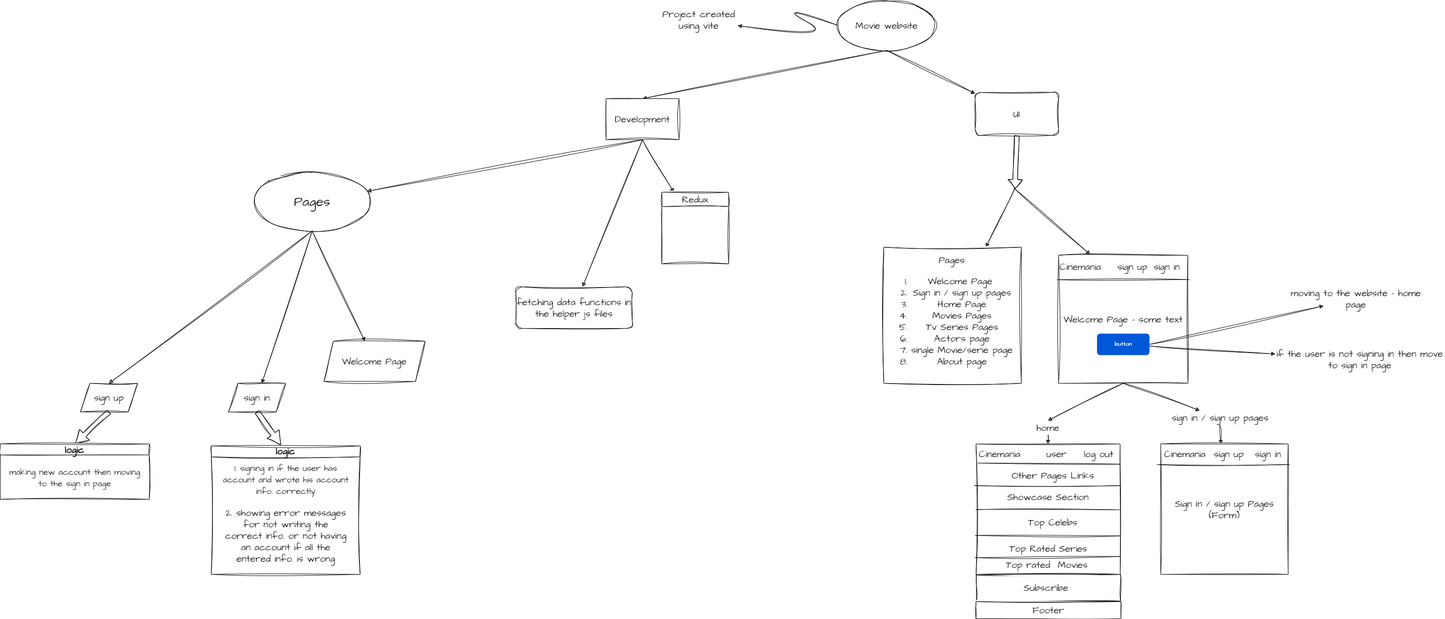
Before: Cinemania Project.png, a diagram exported from draw.io (AbdulrahmanIsmael/Cinemania_website). Source tidied: cells renumbered, new cells last; positions are measured from the earlier drawing's top-left corner, leaving out a move shared by most shapes.
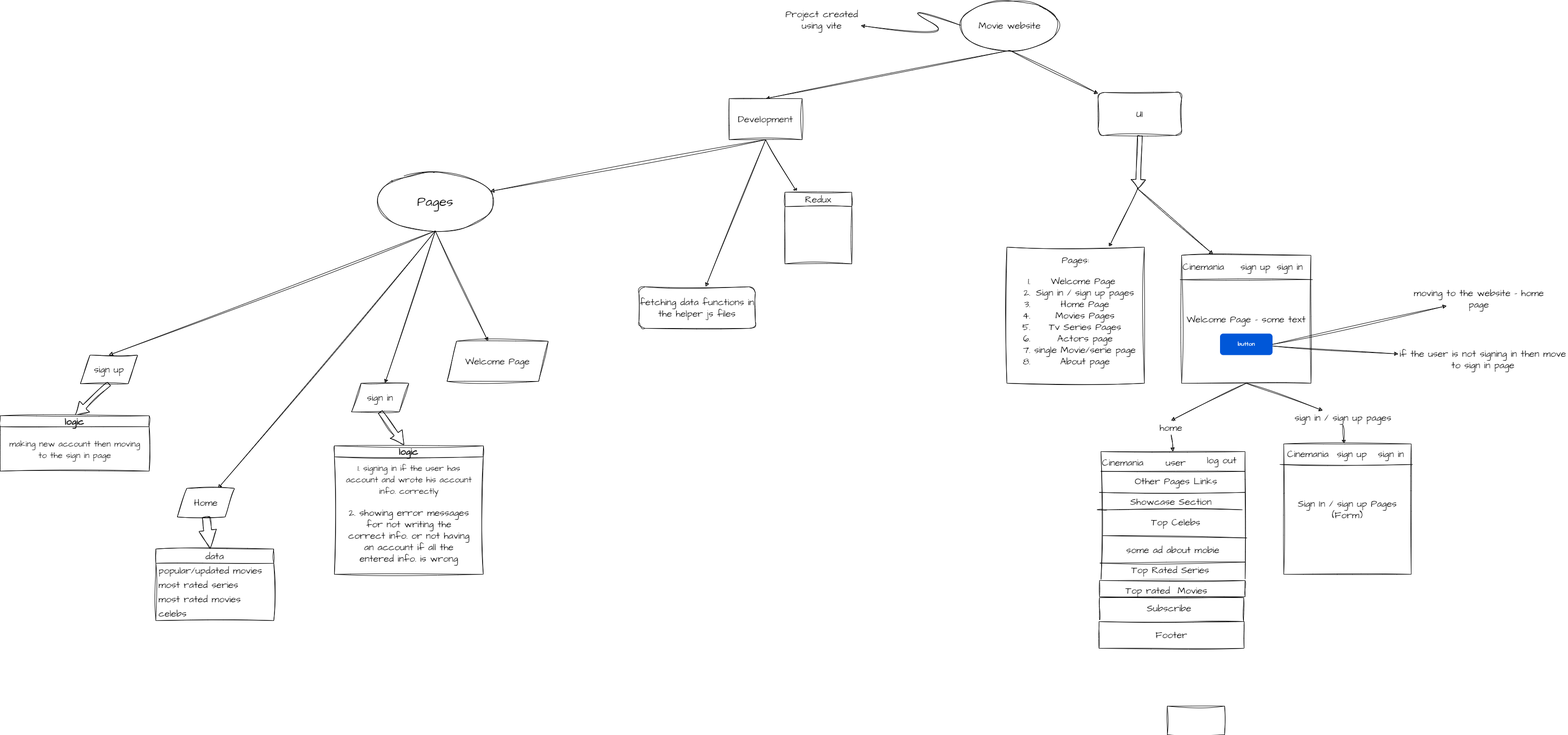
After the commit.

Commit message:
building the home page content

Diff of the diagram source:
```diff
@@ -118,62 +118,58 @@
       <mxGeometry relative="1" as="geometry" />
     </mxCell>
     <mxCell id="34" style="rounded=0;whiteSpace=wrap;html=1;sketch=1;hachureGap=4;jiggle=2;curveFitting=1;fontFamily=Architects Daughter;fontSource=https%3A%2F%2Ffonts.googleapis.com%2Fcss%3Ffamily%3DArchitects%2BDaughter;fontSize=20;" parent="1" vertex="1">
-      <mxGeometry x="2044" y="929" width="302" height="275" as="geometry" />
+      <mxGeometry x="2048" y="945" width="302" height="270" as="geometry" />
     </mxCell>
     <mxCell id="35" value="log out" style="text;html=1;strokeColor=none;fillColor=none;align=center;verticalAlign=middle;whiteSpace=wrap;rounded=0;fontSize=20;fontFamily=Architects Daughter;" parent="1" vertex="1">
-      <mxGeometry x="2264.5" y="935" width="72.5" height="30" as="geometry" />
+      <mxGeometry x="2264.5" y="948" width="72.5" height="30" as="geometry" />
     </mxCell>
     <mxCell id="36" value="user" style="text;html=1;strokeColor=none;fillColor=none;align=center;verticalAlign=middle;whiteSpace=wrap;rounded=0;fontSize=20;fontFamily=Architects Daughter;" parent="1" vertex="1">
-      <mxGeometry x="2178" y="935" width="70" height="30" as="geometry" />
+      <mxGeometry x="2170" y="953" width="70" height="30" as="geometry" />
     </mxCell>
     <mxCell id="37" value="Cinemania" style="text;html=1;strokeColor=none;fillColor=none;align=center;verticalAlign=middle;whiteSpace=wrap;rounded=0;fontSize=20;fontFamily=Architects Daughter;" parent="1" vertex="1">
-      <mxGeometry x="2064" y="935" width="60" height="30" as="geometry" />
+      <mxGeometry x="2064" y="953" width="60" height="30" as="geometry" />
     </mxCell>
-    <mxCell id="38" style="endArrow=none;html=1;rounded=0;sketch=1;hachureGap=4;jiggle=2;curveFitting=1;fontFamily=Architects Daughter;fontSource=https%3A%2F%2Ffonts.googleapis.com%2Fcss%3Ffamily%3DArchitects%2BDaughter;fontSize=16;exitX=0.997;exitY=0.154;exitDx=0;exitDy=0;exitPerimeter=0;" parent="1" edge="1" source="34">
-      <mxGeometry relative="1" as="geometry">
-        <mxPoint x="2048" y="969" as="targetPoint" />
-      </mxGeometry>
+    <mxCell id="38" style="endArrow=none;html=1;rounded=0;sketch=1;hachureGap=4;jiggle=2;curveFitting=1;fontFamily=Architects Daughter;fontSource=https%3A%2F%2Ffonts.googleapis.com%2Fcss%3Ffamily%3DArchitects%2BDaughter;fontSize=16;exitX=0.997;exitY=0.154;exitDx=0;exitDy=0;exitPerimeter=0;entryX=0;entryY=0.154;entryDx=0;entryDy=0;entryPerimeter=0;" parent="1" edge="1" source="34" target="34">
+      <mxGeometry relative="1" as="geometry" />
     </mxCell>
     <mxCell id="39" value="Other Pages Links" style="text;html=1;strokeColor=none;fillColor=none;align=center;verticalAlign=middle;whiteSpace=wrap;rounded=0;fontSize=20;fontFamily=Architects Daughter;" parent="1" vertex="1">
-      <mxGeometry x="2112.5" y="980" width="185" height="30" as="geometry" />
+      <mxGeometry x="2112.5" y="992" width="185" height="30" as="geometry" />
     </mxCell>
     <mxCell id="40" style="endArrow=none;html=1;rounded=0;sketch=1;hachureGap=4;jiggle=2;curveFitting=1;fontFamily=Architects Daughter;fontSource=https%3A%2F%2Ffonts.googleapis.com%2Fcss%3Ffamily%3DArchitects%2BDaughter;fontSize=16;entryX=0.997;entryY=0.317;entryDx=0;entryDy=0;entryPerimeter=0;exitX=-0.012;exitY=0.317;exitDx=0;exitDy=0;exitPerimeter=0;" parent="1" edge="1" source="34" target="34">
       <mxGeometry relative="1" as="geometry" />
     </mxCell>
     <mxCell id="41" value="Showcase Section" style="text;html=1;strokeColor=none;fillColor=none;align=center;verticalAlign=middle;whiteSpace=wrap;rounded=0;fontSize=20;fontFamily=Architects Daughter;" parent="1" vertex="1">
-      <mxGeometry x="2092" y="1025" width="206" height="30" as="geometry" />
+      <mxGeometry x="2092" y="1035" width="206" height="30" as="geometry" />
     </mxCell>
-    <mxCell id="42" style="endArrow=none;html=1;rounded=0;sketch=1;hachureGap=4;jiggle=2;curveFitting=1;fontFamily=Architects Daughter;fontSource=https%3A%2F%2Ffonts.googleapis.com%2Fcss%3Ffamily%3DArchitects%2BDaughter;fontSize=16;exitX=0;exitY=0.5;exitDx=0;exitDy=0;" parent="1" edge="1" source="34">
+    <mxCell id="42" style="endArrow=none;html=1;rounded=0;sketch=1;hachureGap=4;jiggle=2;curveFitting=1;fontFamily=Architects Daughter;fontSource=https%3A%2F%2Ffonts.googleapis.com%2Fcss%3Ffamily%3DArchitects%2BDaughter;fontSize=16;" parent="1" edge="1">
       <mxGeometry relative="1" as="geometry">
+        <mxPoint x="2040" y="1067" as="sourcePoint" />
         <mxPoint x="2345" y="1067" as="targetPoint" />
+        <Array as="points">
+          <mxPoint x="2061" y="1067" />
+        </Array>
       </mxGeometry>
     </mxCell>
     <mxCell id="43" value="Top Celebs" style="text;html=1;strokeColor=none;fillColor=none;align=center;verticalAlign=middle;whiteSpace=wrap;rounded=0;fontSize=20;fontFamily=Architects Daughter;" parent="1" vertex="1">
       <mxGeometry x="2106" y="1078" width="198" height="30" as="geometry" />
     </mxCell>
-    <mxCell id="44" style="endArrow=none;html=1;rounded=0;sketch=1;hachureGap=4;jiggle=2;curveFitting=1;fontFamily=Architects Daughter;fontSource=https%3A%2F%2Ffonts.googleapis.com%2Fcss%3Ffamily%3DArchitects%2BDaughter;fontSize=16;exitX=-0.005;exitY=0.697;exitDx=0;exitDy=0;exitPerimeter=0;entryX=0.999;entryY=0.7;entryDx=0;entryDy=0;entryPerimeter=0;" parent="1" edge="1" source="34" target="34">
-      <mxGeometry relative="1" as="geometry" />
-    </mxCell>
     <mxCell id="45" value="Top Rated Series" style="text;html=1;strokeColor=none;fillColor=none;align=center;verticalAlign=middle;whiteSpace=wrap;rounded=0;fontSize=20;fontFamily=Architects Daughter;" parent="1" vertex="1">
-      <mxGeometry x="2090.5" y="1135" width="209" height="26" as="geometry" />
+      <mxGeometry x="2089" y="1171" width="209" height="44" as="geometry" />
     </mxCell>
     <mxCell id="46" style="endArrow=none;html=1;rounded=0;sketch=1;hachureGap=4;jiggle=2;curveFitting=1;fontFamily=Architects Daughter;fontSource=https%3A%2F%2Ffonts.googleapis.com%2Fcss%3Ffamily%3DArchitects%2BDaughter;fontSize=16;exitX=-0.008;exitY=0.865;exitDx=0;exitDy=0;exitPerimeter=0;entryX=0.999;entryY=0.857;entryDx=0;entryDy=0;entryPerimeter=0;" parent="1" edge="1" source="34" target="34">
       <mxGeometry relative="1" as="geometry" />
     </mxCell>
-    <mxCell id="47" value="Top rated&amp;nbsp; Movies&amp;nbsp;" style="text;html=1;strokeColor=none;fillColor=none;align=center;verticalAlign=middle;whiteSpace=wrap;rounded=0;fontSize=20;fontFamily=Architects Daughter;" parent="1" vertex="1">
-      <mxGeometry x="2092.5" y="1167" width="207" height="30" as="geometry" />
-    </mxCell>
     <mxCell id="48" style="rounded=0;whiteSpace=wrap;html=1;sketch=1;hachureGap=4;jiggle=2;curveFitting=1;fontFamily=Architects Daughter;fontSource=https%3A%2F%2Ffonts.googleapis.com%2Fcss%3Ffamily%3DArchitects%2BDaughter;fontSize=20;" parent="1" vertex="1">
-      <mxGeometry x="2045" y="1202" width="302" height="56" as="geometry" />
+      <mxGeometry x="2045" y="1251" width="302" height="50" as="geometry" />
     </mxCell>
     <mxCell id="49" value="Subscribe&amp;nbsp;" style="text;html=1;strokeColor=none;fillColor=none;align=center;verticalAlign=middle;whiteSpace=wrap;rounded=0;fontSize=20;fontFamily=Architects Daughter;" parent="1" vertex="1">
-      <mxGeometry x="2165" y="1215" width="60" height="30" as="geometry" />
+      <mxGeometry x="2165" y="1258" width="60" height="30" as="geometry" />
     </mxCell>
     <mxCell id="50" style="rounded=0;whiteSpace=wrap;html=1;sketch=1;hachureGap=4;jiggle=2;curveFitting=1;fontFamily=Architects Daughter;fontSource=https%3A%2F%2Ffonts.googleapis.com%2Fcss%3Ffamily%3DArchitects%2BDaughter;fontSize=20;" parent="1" vertex="1">
-      <mxGeometry x="2044" y="1259" width="304" height="36" as="geometry" />
+      <mxGeometry x="2044" y="1301" width="304" height="56" as="geometry" />
     </mxCell>
     <mxCell id="51" value="Footer" style="text;html=1;strokeColor=none;fillColor=none;align=center;verticalAlign=middle;whiteSpace=wrap;rounded=0;fontSize=20;fontFamily=Architects Daughter;" parent="1" vertex="1">
-      <mxGeometry x="2166" y="1262" width="60" height="30" as="geometry" />
+      <mxGeometry x="2166" y="1314" width="60" height="30" as="geometry" />
     </mxCell>
     <mxCell id="52" style="endArrow=classic;html=1;rounded=0;sketch=1;hachureGap=4;jiggle=2;curveFitting=1;fontFamily=Architects Daughter;fontSource=https%3A%2F%2Ffonts.googleapis.com%2Fcss%3Ffamily%3DArchitects%2BDaughter;fontSize=16;exitX=1;exitY=0.5;exitDx=0;exitDy=0;" parent="1" edge="1" source="9" target="53">
       <mxGeometry relative="1" as="geometry" />
@@ -221,19 +217,19 @@
       <mxGeometry x="27.5" y="173" width="257" height="30" as="geometry" />
     </mxCell>
     <mxCell id="67" value="sign up" style="shape=parallelogram;perimeter=parallelogramPerimeter;whiteSpace=wrap;html=1;fixedSize=1;sketch=1;hachureGap=4;jiggle=2;curveFitting=1;fontFamily=Architects Daughter;fontSource=https%3A%2F%2Ffonts.googleapis.com%2Fcss%3Ffamily%3DArchitects%2BDaughter;fontSize=20;" parent="1" vertex="1">
-      <mxGeometry x="168" y="802" width="120" height="60" as="geometry" />
+      <mxGeometry x="-90" y="743" width="120" height="60" as="geometry" />
     </mxCell>
     <mxCell id="68" style="shape=flexArrow;endArrow=classic;html=1;rounded=0;sketch=1;hachureGap=4;jiggle=2;curveFitting=1;fontFamily=Architects Daughter;fontSource=https%3A%2F%2Ffonts.googleapis.com%2Fcss%3Ffamily%3DArchitects%2BDaughter;fontSize=16;width=10;endSize=8.86;exitX=0.5;exitY=1;exitDx=0;exitDy=0;entryX=0.5;entryY=0;entryDx=0;entryDy=0;" parent="1" edge="1" source="67" target="70">
       <mxGeometry relative="1" as="geometry" />
     </mxCell>
     <mxCell id="69" style="edgeStyle=orthogonalEdgeStyle;rounded=0;sketch=1;hachureGap=4;jiggle=2;curveFitting=1;orthogonalLoop=1;jettySize=auto;html=1;exitX=0.5;exitY=1;exitDx=0;exitDy=0;fontFamily=Architects Daughter;fontSource=https%3A%2F%2Ffonts.googleapis.com%2Fcss%3Ffamily%3DArchitects%2BDaughter;fontSize=16;" parent="1" edge="1">
       <mxGeometry relative="1" as="geometry">
-        <mxPoint x="258" y="1022" as="sourcePoint" />
-        <mxPoint x="258" y="1022" as="targetPoint" />
+        <mxPoint y="963" as="sourcePoint" />
+        <mxPoint y="963" as="targetPoint" />
       </mxGeometry>
     </mxCell>
     <mxCell id="70" value="logic" style="swimlane;whiteSpace=wrap;html=1;sketch=1;hachureGap=4;jiggle=2;curveFitting=1;fontFamily=Architects Daughter;fontSource=https%3A%2F%2Ffonts.googleapis.com%2Fcss%3Ffamily%3DArchitects%2BDaughter;fontSize=20;" parent="1" vertex="1">
-      <mxGeometry y="929" width="312" height="116" as="geometry" />
+      <mxGeometry x="-258" y="870" width="312" height="116" as="geometry" />
     </mxCell>
     <mxCell id="71" value="&lt;span style=&quot;font-size: 18px;&quot;&gt;making new account then moving to the sign in page&lt;/span&gt;" style="text;html=1;strokeColor=none;fillColor=none;align=center;verticalAlign=middle;whiteSpace=wrap;rounded=0;fontSize=20;fontFamily=Architects Daughter;" parent="70" vertex="1">
       <mxGeometry x="17.5" y="55" width="277" height="30" as="geometry" />
@@ -244,5 +240,44 @@
     <mxCell id="73" style="endArrow=classic;html=1;rounded=0;sketch=1;hachureGap=4;jiggle=2;curveFitting=1;fontFamily=Architects Daughter;fontSource=https%3A%2F%2Ffonts.googleapis.com%2Fcss%3Ffamily%3DArchitects%2BDaughter;fontSize=16;exitX=0.5;exitY=1;exitDx=0;exitDy=0;entryX=0.5;entryY=0;entryDx=0;entryDy=0;" parent="1" edge="1" source="20" target="67">
       <mxGeometry relative="1" as="geometry" />
     </mxCell>
+    <mxCell id="74" style="endArrow=classic;html=1;rounded=0;sketch=1;hachureGap=4;jiggle=2;curveFitting=1;fontFamily=Architects Daughter;fontSource=https%3A%2F%2Ffonts.googleapis.com%2Fcss%3Ffamily%3DArchitects%2BDaughter;fontSize=16;exitX=0.5;exitY=1;exitDx=0;exitDy=0;" parent="1" edge="1" source="20" target="75">
+      <mxGeometry relative="1" as="geometry" />
+    </mxCell>
+    <mxCell id="75" value="Home" style="shape=parallelogram;perimeter=parallelogramPerimeter;whiteSpace=wrap;html=1;fixedSize=1;sketch=1;hachureGap=4;jiggle=2;curveFitting=1;fontFamily=Architects Daughter;fontSource=https%3A%2F%2Ffonts.googleapis.com%2Fcss%3Ffamily%3DArchitects%2BDaughter;fontSize=20;" parent="1" vertex="1">
+      <mxGeometry x="113" y="1022" width="120" height="60" as="geometry" />
+    </mxCell>
+    <mxCell id="76" style="shape=flexArrow;endArrow=classic;html=1;rounded=0;sketch=1;hachureGap=4;jiggle=2;curveFitting=1;fontFamily=Architects Daughter;fontSource=https%3A%2F%2Ffonts.googleapis.com%2Fcss%3Ffamily%3DArchitects%2BDaughter;fontSize=16;width=16;endSize=12.62;exitX=0.5;exitY=1;exitDx=0;exitDy=0;" parent="1" edge="1" source="75" target="77">
+      <mxGeometry relative="1" as="geometry" />
+    </mxCell>
+    <mxCell id="77" value="data" style="swimlane;fontStyle=0;horizontal=1;startSize=30;whiteSpace=wrap;html=1;sketch=1;hachureGap=4;jiggle=2;curveFitting=1;fontFamily=Architects Daughter;fontSource=https%3A%2F%2Ffonts.googleapis.com%2Fcss%3Ffamily%3DArchitects%2BDaughter;fontSize=20;" parent="1" vertex="1">
+      <mxGeometry x="68" y="1149" width="247" height="150" as="geometry" />
+    </mxCell>
+    <mxCell id="78" value="popular/updated movies" style="text;strokeColor=none;fillColor=none;align=left;verticalAlign=middle;spacingLeft=4;spacingRight=4;overflow=hidden;whiteSpace=wrap;html=1;fontSize=20;fontFamily=Architects Daughter;" parent="77" vertex="1">
+      <mxGeometry y="30" width="247" height="30" as="geometry" />
+    </mxCell>
+    <mxCell id="79" value="most rated series" style="text;strokeColor=none;fillColor=none;align=left;verticalAlign=middle;spacingLeft=4;spacingRight=4;overflow=hidden;whiteSpace=wrap;html=1;fontSize=20;fontFamily=Architects Daughter;" parent="77" vertex="1">
+      <mxGeometry y="60" width="247" height="30" as="geometry" />
+    </mxCell>
+    <mxCell id="80" value="most rated movies" style="text;strokeColor=none;fillColor=none;align=left;verticalAlign=middle;spacingLeft=4;spacingRight=4;overflow=hidden;whiteSpace=wrap;html=1;fontSize=20;fontFamily=Architects Daughter;" parent="77" vertex="1">
+      <mxGeometry y="90" width="247" height="30" as="geometry" />
+    </mxCell>
+    <mxCell id="81" value="celebs" style="text;strokeColor=none;fillColor=none;align=left;verticalAlign=middle;spacingLeft=4;spacingRight=4;overflow=hidden;whiteSpace=wrap;html=1;fontSize=20;fontFamily=Architects Daughter;" parent="77" vertex="1">
+      <mxGeometry y="120" width="247" height="30" as="geometry" />
+    </mxCell>
+    <mxCell id="82" style="rounded=0;whiteSpace=wrap;html=1;sketch=1;hachureGap=4;jiggle=2;curveFitting=1;fontFamily=Architects Daughter;fontSource=https%3A%2F%2Ffonts.googleapis.com%2Fcss%3Ffamily%3DArchitects%2BDaughter;fontSize=20;" parent="1" vertex="1">
+      <mxGeometry x="2187" y="1478" width="120" height="60" as="geometry" />
+    </mxCell>
+    <mxCell id="83" style="rounded=0;whiteSpace=wrap;html=1;sketch=1;hachureGap=4;jiggle=2;curveFitting=1;fontFamily=Architects Daughter;fontSource=https%3A%2F%2Ffonts.googleapis.com%2Fcss%3Ffamily%3DArchitects%2BDaughter;fontSize=20;" parent="1" vertex="1">
+      <mxGeometry x="2045" y="1215" width="305" height="34" as="geometry" />
+    </mxCell>
+    <mxCell id="47" value="Top rated&amp;nbsp; Movies&amp;nbsp;" style="text;html=1;strokeColor=none;fillColor=none;align=center;verticalAlign=middle;whiteSpace=wrap;rounded=0;fontSize=20;fontFamily=Architects Daughter;glass=0;" parent="1" vertex="1">
+      <mxGeometry x="2086" y="1221" width="207" height="30" as="geometry" />
+    </mxCell>
+    <mxCell id="84" value="some ad about mobie" style="text;html=1;strokeColor=none;fillColor=none;align=center;verticalAlign=middle;whiteSpace=wrap;rounded=0;fontSize=20;fontFamily=Architects Daughter;" parent="1" vertex="1">
+      <mxGeometry x="2089" y="1136" width="220" height="30" as="geometry" />
+    </mxCell>
+    <mxCell id="44" style="endArrow=none;html=1;rounded=0;sketch=1;hachureGap=4;jiggle=2;curveFitting=1;fontFamily=Architects Daughter;fontSource=https%3A%2F%2Ffonts.googleapis.com%2Fcss%3Ffamily%3DArchitects%2BDaughter;fontSize=16;entryX=1.013;entryY=0.67;entryDx=0;entryDy=0;entryPerimeter=0;exitX=0.013;exitY=0.652;exitDx=0;exitDy=0;exitPerimeter=0;" parent="1" edge="1" source="34" target="34">
+      <mxGeometry relative="1" as="geometry" />
+    </mxCell>
   </root>
 </mxGraphModel>
```
